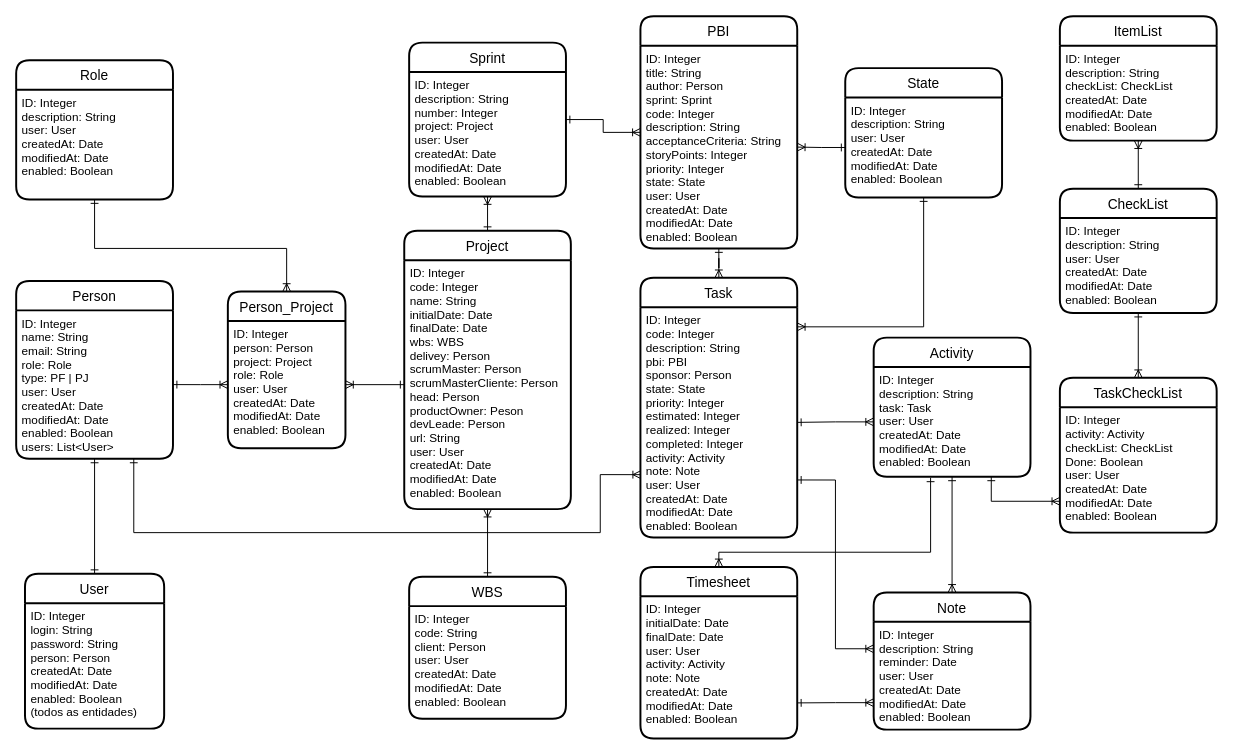
The draw.io diagram modelo_dados.drawio in marcoscrocci/timesheet, before the edit. Source tidied: cells renumbered, new cells numbered last; positions are measured from the earlier drawing's top-left corner, leaving out a move shared by most shapes. Both pictures are drawn from the tidied source at 98%, with x=0, y=0 at pixel (16, 16).
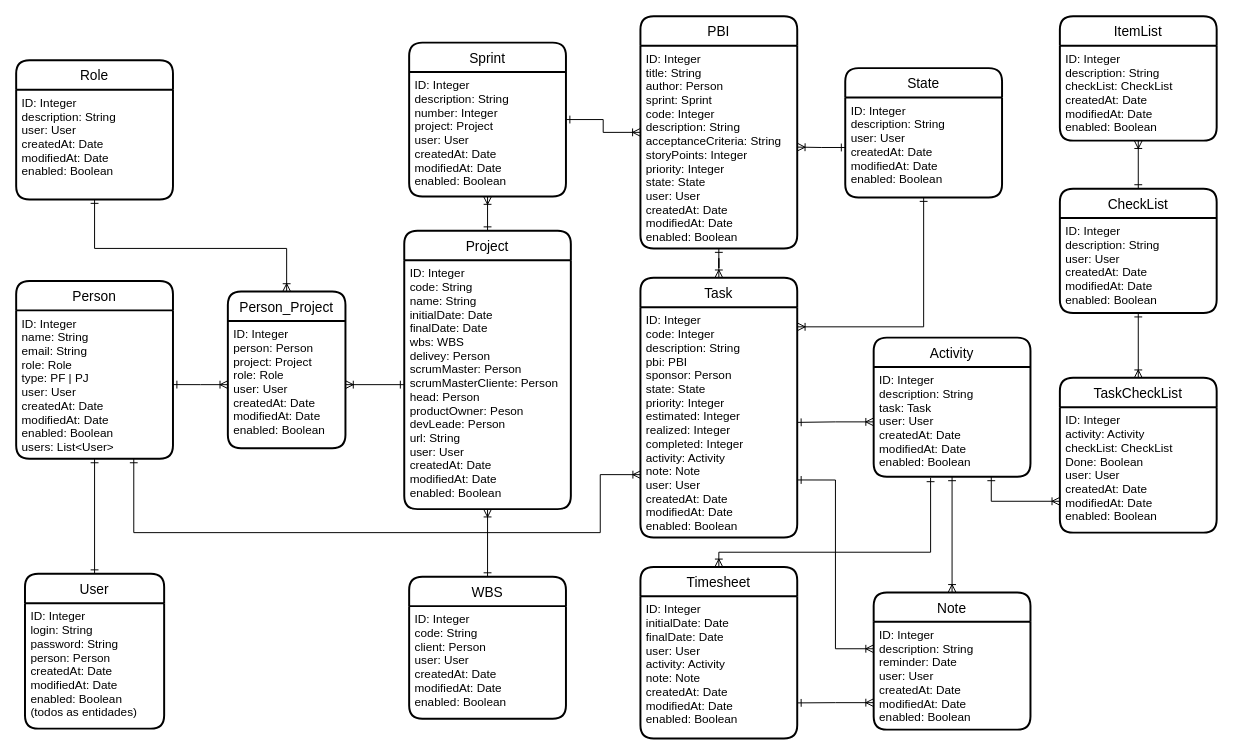
The same diagram, later.

Commit message:
fix(Model) Ajuste no desenho do modelo

Unchanged cells that the change refers to:
```xml
<mxCell id="3" value="Project" style="swimlane;horizontal=1;startSize=30;rounded=1;fontSize=14;fontStyle=0;strokeWidth=2;shadow=0;dashed=0;align=center;" parent="1" vertex="1">
  <mxGeometry x="396" y="219" width="170" height="284" as="geometry" />
</mxCell>
```

Diff of the diagram source:
```diff
@@
-    <mxCell id="4" value="ID: Integer&#10;code: Integer&#10;name: String&#10;initialDate: Date&#10;finalDate: Date&#10;wbs: WBS&#10;delivey: Person&#10;scrumMaster: Person&#10;scrumMasterCliente: Person&#10;head: Person&#10;productOwner: Peson&#10;devLeade: Person&#10;url: String&#10;user: User&#10;createdAt: Date&#10;modifiedAt: Date&#10;enabled: Boolean" style="align=left;strokeColor=none;fillColor=none;spacingLeft=4;fontSize=12;verticalAlign=top;" parent="3" vertex="1">
+    <mxCell id="4" value="ID: Integer&#10;code: String&#10;name: String&#10;initialDate: Date&#10;finalDate: Date&#10;wbs: WBS&#10;delivey: Person&#10;scrumMaster: Person&#10;scrumMasterCliente: Person&#10;head: Person&#10;productOwner: Peson&#10;devLeade: Person&#10;url: String&#10;user: User&#10;createdAt: Date&#10;modifiedAt: Date&#10;enabled: Boolean" style="align=left;strokeColor=none;fillColor=none;spacingLeft=4;fontSize=12;verticalAlign=top;" parent="3" vertex="1">
       <mxGeometry y="30" width="170" height="254" as="geometry" />
     </mxCell>
```
